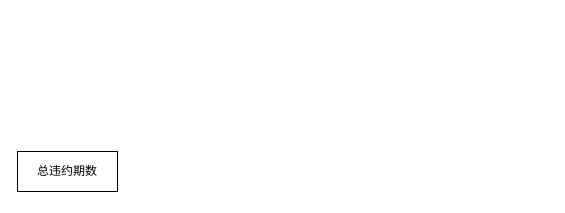
Above: 银行3.drawio in ThinkingXuan/draw (draw.io), before the change. Source tidied: cells renumbered, new cells numbered last; positions are measured from the earlier drawing's top-left corner, leaving out a move shared by most shapes. Both pictures are drawn from the tidied source at 100%, with x=0, y=0 at pixel (17, 151). Pictures stored in the file or linked from it are replaced by grey dashed boxes.
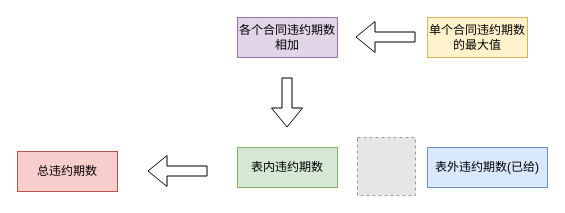
The same diagram, later.

Diff of the diagram source:
```diff
@@
 <mxGraphModel>
   <root>
     <mxCell id="0" />
     <mxCell id="1" parent="0" />
-    <mxCell id="2" value="总违约期数" style="rounded=0;whiteSpace=wrap;html=1;" parent="1" vertex="1">
+    <mxCell id="2" value="总违约期数" style="rounded=0;whiteSpace=wrap;html=1;fillColor=#f8cecc;strokeColor=#b85450;" parent="1" vertex="1">
       <mxGeometry width="100" height="40" as="geometry" />
     </mxCell>
+    <mxCell id="3" style="fillColor=#E6E6E6;strokeColor=#999999;dashed=1;html=1;verticalAlign=top;verticalLabelPosition=bottom;labelBackgroundColor=#ffffff;" parent="1" vertex="1">
+      <mxGeometry x="340" y="-14" width="58" height="58" as="geometry" />
+    </mxCell>
+    <mxCell id="4" value="表外违约期数(已给)" style="rounded=0;whiteSpace=wrap;html=1;fillColor=#dae8fc;strokeColor=#6c8ebf;" parent="1" vertex="1">
+      <mxGeometry x="410" y="-4" width="120" height="40" as="geometry" />
+    </mxCell>
+    <mxCell id="5" value="表内违约期数" style="rounded=0;whiteSpace=wrap;html=1;fillColor=#d5e8d4;strokeColor=#82b366;" parent="1" vertex="1">
+      <mxGeometry x="220" y="-4" width="100" height="40" as="geometry" />
+    </mxCell>
+    <mxCell id="6" value="各个合同违约期数相加" style="rounded=0;whiteSpace=wrap;html=1;fillColor=#e1d5e7;strokeColor=#9673a6;" parent="1" vertex="1">
+      <mxGeometry x="220" y="-134" width="100" height="40" as="geometry" />
+    </mxCell>
+    <mxCell id="7" style="shape=flexArrow;endArrow=classic;html=1;" parent="1" edge="1">
+      <mxGeometry relative="1" as="geometry">
+        <mxPoint x="269.5" y="-74" as="sourcePoint" />
+        <mxPoint x="269.5" y="-24" as="targetPoint" />
+      </mxGeometry>
+    </mxCell>
+    <mxCell id="8" value="单个合同违约期数的最大值" style="rounded=0;whiteSpace=wrap;html=1;fillColor=#fff2cc;strokeColor=#d6b656;" parent="1" vertex="1">
+      <mxGeometry x="410" y="-134" width="100" height="40" as="geometry" />
+    </mxCell>
+    <mxCell id="9" style="shape=flexArrow;endArrow=classic;html=1;" parent="1" edge="1">
+      <mxGeometry relative="1" as="geometry">
+        <mxPoint x="398" y="-114.5" as="sourcePoint" />
+        <mxPoint x="338" y="-114.5" as="targetPoint" />
+      </mxGeometry>
+    </mxCell>
+    <mxCell id="10" style="shape=flexArrow;endArrow=classic;html=1;" parent="1" edge="1">
+      <mxGeometry relative="1" as="geometry">
+        <mxPoint x="190" y="19.5" as="sourcePoint" />
+        <mxPoint x="130" y="19.5" as="targetPoint" />
+      </mxGeometry>
+    </mxCell>
   </root>
 </mxGraphModel>
```
